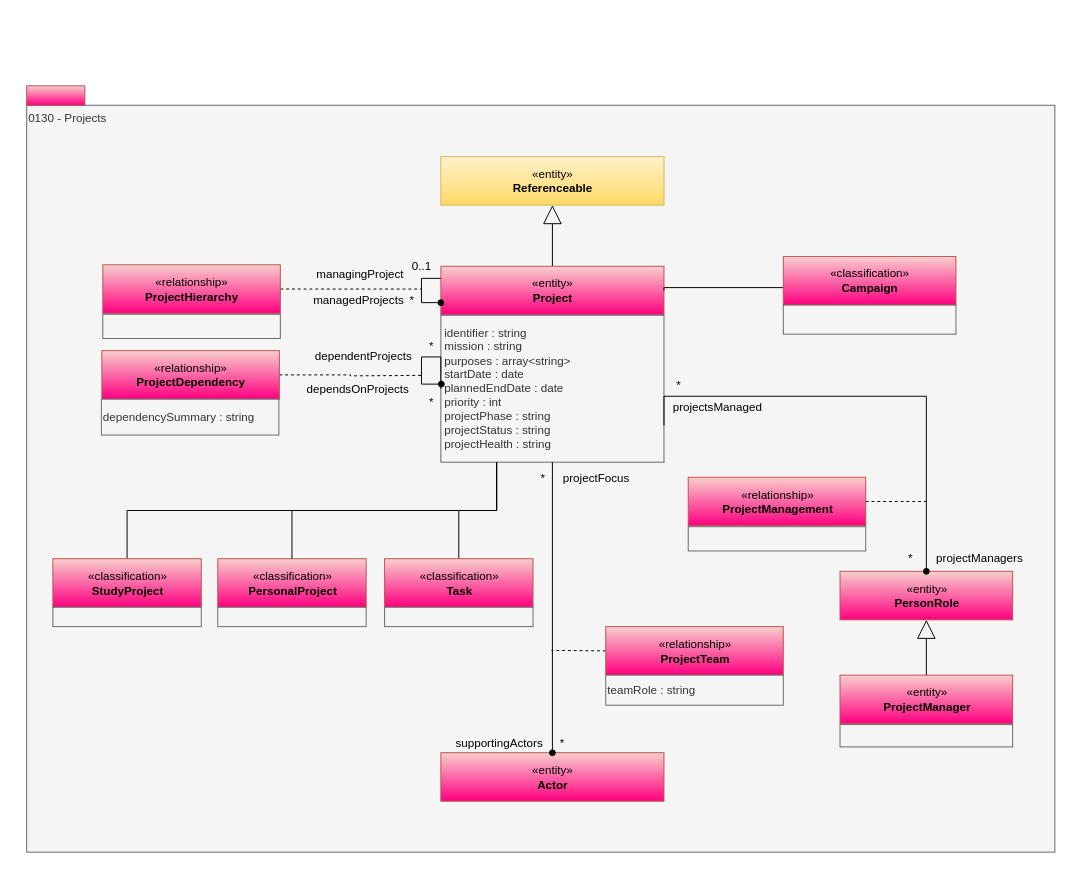
Above: page "0130-Projects" (11 of 16) of site/docs/types/1/area-1-collaboration.drawio in odpi/egeria-docs (draw.io), before the change. Source tidied: cells renumbered, new cells numbered last; positions are measured from the earlier drawing's top-left corner, leaving out a move shared by most shapes. Both pictures are drawn from the tidied source at 97%, with x=0, y=0 at pixel (26, 85).
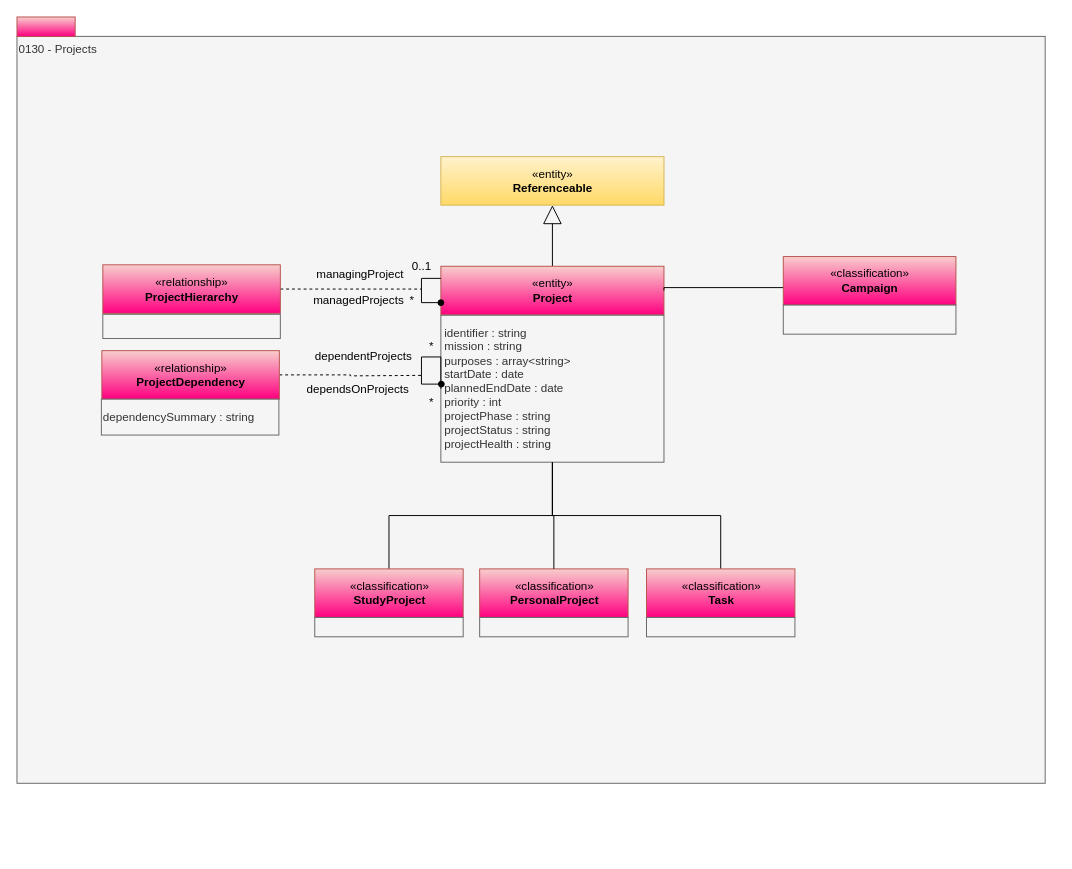
After the change.

Unchanged cells that the change refers to:
```xml
<mxCell id="8" value="identifier : string&lt;div&gt;mission : string&lt;/div&gt;&lt;div&gt;purposes : array&amp;lt;string&amp;gt;&lt;br&gt;startDate : date&lt;/div&gt;&lt;div&gt;plannedEndDate : date&lt;br&gt;&lt;div&gt;priority : int&lt;br&gt;&lt;div&gt;projectPhase : string&lt;br&gt;projectStatus : string&lt;div&gt;projectHealth : string&lt;/div&gt;&lt;/div&gt;&lt;/div&gt;&lt;/div&gt;" style="rounded=0;whiteSpace=wrap;html=1;align=left;spacingLeft=2;fillColor=#f5f5f5;fontColor=#333333;strokeColor=#666666;" parent="1" vertex="1">
  <mxGeometry x="427" y="236.5" width="230" height="151.5" as="geometry" />
</mxCell>
```

The edit, as a diff of the source:
```diff
@@
     <mxCell id="2" value="0130 - Projects" style="rounded=0;whiteSpace=wrap;html=1;align=left;verticalAlign=top;fillColor=#f5f5f5;fontColor=#333333;strokeColor=#666666;" parent="1" vertex="1">
-      <mxGeometry y="20" width="1060" height="770" as="geometry" />
+      <mxGeometry x="-10" y="-51" width="1060" height="770" as="geometry" />
     </mxCell>
@@
     <mxCell id="5" style="html=1;strokeColor=#b85450;align=center;fillColor=#f8cecc;gradientColor=#FF0080;" parent="1" vertex="1">
-      <mxGeometry width="60" height="20" as="geometry" />
+      <mxGeometry x="-10" y="-71" width="60" height="20" as="geometry" />
     </mxCell>
-    <mxCell id="6" style="edgeStyle=orthogonalEdgeStyle;rounded=0;html=1;exitX=0.25;exitY=1;entryX=0.5;entryY=0;endArrow=none;endFill=0;jettySize=auto;" parent="1" edge="1" source="8" target="9">
+    <mxCell id="6" style="edgeStyle=orthogonalEdgeStyle;rounded=0;html=1;exitX=0.5;exitY=1;entryX=0.5;entryY=0;endArrow=none;endFill=0;jettySize=auto;exitDx=0;exitDy=0;" parent="1" edge="1" source="8" target="9">
       <mxGeometry relative="1" as="geometry" />
     </mxCell>
@@
     <mxCell id="9" value="«classification»&lt;br&gt;&lt;b&gt;Task&lt;/b&gt;" style="html=1;strokeColor=#b85450;align=center;fillColor=#f8cecc;gradientColor=#FF0080;" parent="1" vertex="1">
-      <mxGeometry x="369" y="487.5" width="153" height="50" as="geometry" />
+      <mxGeometry x="639" y="498" width="153" height="50" as="geometry" />
     </mxCell>
     <mxCell id="10" style="rounded=0;whiteSpace=wrap;html=1;align=left;fillColor=#f5f5f5;fontColor=#333333;strokeColor=#666666;" parent="1" vertex="1">
-      <mxGeometry x="369" y="537.5" width="153" height="20" as="geometry" />
+      <mxGeometry x="639" y="548" width="153" height="20" as="geometry" />
     </mxCell>
@@
-    <mxCell id="30" value="«entity»&lt;br&gt;&lt;b&gt;Actor&lt;/b&gt;" style="html=1;strokeColor=#b85450;align=center;fillColor=#f8cecc;gradientColor=#FF0080;" parent="1" vertex="1">
-      <mxGeometry x="427" y="687.5" width="230" height="50" as="geometry" />
-    </mxCell>
-    <mxCell id="31" style="edgeStyle=orthogonalEdgeStyle;rounded=0;html=1;exitX=0;exitY=0.5;endArrow=none;endFill=0;jettySize=auto;dashed=1;exitDx=0;exitDy=0;" parent="1" edge="1" source="32">
-      <mxGeometry relative="1" as="geometry">
-        <mxPoint x="541" y="582" as="targetPoint" />
-      </mxGeometry>
-    </mxCell>
-    <mxCell id="32" value="«relationship»&lt;br&gt;&lt;b&gt;ProjectTeam&lt;/b&gt;" style="html=1;strokeColor=#b85450;align=center;fillColor=#f8cecc;gradientColor=#FF0080;" parent="1" vertex="1">
-      <mxGeometry x="597" y="557.5" width="183" height="50" as="geometry" />
-    </mxCell>
-    <mxCell id="33" value="teamRole : string" style="rounded=0;whiteSpace=wrap;html=1;strokeColor=#666666;align=left;fillColor=#f5f5f5;fontColor=#333333;" parent="1" vertex="1">
-      <mxGeometry x="597" y="607.5" width="183" height="31" as="geometry" />
-    </mxCell>
-    <mxCell id="34" value="*" style="text;html=1;align=center;verticalAlign=top;spacingTop=-4;" parent="1" vertex="1">
-      <mxGeometry x="522" y="395" width="20" height="20" as="geometry" />
-    </mxCell>
-    <mxCell id="35" value="*" style="text;html=1;align=center;verticalAlign=top;spacingTop=-4;" parent="1" vertex="1">
-      <mxGeometry x="542" y="667.5" width="20" height="20" as="geometry" />
-    </mxCell>
-    <mxCell id="36" value="projectFocus" style="text;html=1;align=center;verticalAlign=top;spacingTop=-4;" parent="1" vertex="1">
-      <mxGeometry x="547" y="395" width="80" height="20" as="geometry" />
-    </mxCell>
-    <mxCell id="37" value="supportingActors" style="text;html=1;align=center;verticalAlign=top;spacingTop=-4;" parent="1" vertex="1">
-      <mxGeometry x="432" y="667.5" width="110" height="20" as="geometry" />
-    </mxCell>
-    <mxCell id="38" value="projectsManaged" style="text;html=1;align=center;verticalAlign=top;spacingTop=-4;" parent="1" vertex="1">
-      <mxGeometry x="657" y="321.5" width="110" height="20" as="geometry" />
-    </mxCell>
-    <mxCell id="39" value="*" style="text;html=1;align=center;verticalAlign=top;spacingTop=-4;" parent="1" vertex="1">
-      <mxGeometry x="662" y="299" width="20" height="20" as="geometry" />
-    </mxCell>
-    <mxCell id="40" value="projectManagers" style="text;html=1;align=left;verticalAlign=top;spacingTop=-4;" parent="1" vertex="1">
-      <mxGeometry x="936" y="476.5" width="100" height="20" as="geometry" />
-    </mxCell>
-    <mxCell id="41" value="&lt;div style=&quot;text-align: center&quot;&gt;&lt;span&gt;*&lt;/span&gt;&lt;/div&gt;" style="text;html=1;align=center;verticalAlign=top;spacingTop=-4;" parent="1" vertex="1">
-      <mxGeometry x="901" y="476.5" width="20" height="20" as="geometry" />
-    </mxCell>
-    <mxCell id="42" style="edgeStyle=orthogonalEdgeStyle;rounded=0;html=1;exitX=1;exitY=0.5;endArrow=none;endFill=0;jettySize=auto;dashed=1;" parent="1" edge="1" source="43">
-      <mxGeometry relative="1" as="geometry">
-        <mxPoint x="928.5" y="428.5" as="targetPoint" />
-      </mxGeometry>
-    </mxCell>
-    <mxCell id="43" value="«relationship»&lt;br&gt;&lt;b&gt;ProjectManagement&lt;/b&gt;" style="html=1;strokeColor=#b85450;align=center;fillColor=#f8cecc;gradientColor=#FF0080;" parent="1" vertex="1">
-      <mxGeometry x="682" y="403.5" width="183" height="50" as="geometry" />
-    </mxCell>
-    <mxCell id="44" style="rounded=0;whiteSpace=wrap;html=1;strokeColor=#666666;align=left;fillColor=#f5f5f5;fontColor=#333333;" parent="1" vertex="1">
-      <mxGeometry x="682" y="454.5" width="183" height="25" as="geometry" />
-    </mxCell>
-    <mxCell id="45" value="«entity»&lt;br&gt;&lt;b&gt;ProjectManager&lt;/b&gt;" style="html=1;strokeColor=#b85450;align=center;fillColor=#f8cecc;gradientColor=#FF0080;" parent="1" vertex="1">
-      <mxGeometry x="838.5" y="607.5" width="178" height="50" as="geometry" />
-    </mxCell>
-    <mxCell id="46" style="rounded=0;whiteSpace=wrap;html=1;align=left;fillColor=#f5f5f5;fontColor=#333333;strokeColor=#666666;" parent="1" vertex="1">
-      <mxGeometry x="838.5" y="658.5" width="178" height="23" as="geometry" />
-    </mxCell>
-    <mxCell id="47" value="«entity»&lt;br&gt;&lt;b&gt;PersonRole&lt;/b&gt;" style="html=1;strokeColor=#b85450;align=center;fillColor=#f8cecc;gradientColor=#FF0080;" parent="1" vertex="1">
-      <mxGeometry x="838.5" y="500.5" width="178" height="50" as="geometry" />
-    </mxCell>
-    <mxCell id="48" style="edgeStyle=orthogonalEdgeStyle;rounded=0;html=1;exitX=1;exitY=0.75;endArrow=oval;endFill=1;jettySize=auto;entryX=0.5;entryY=0;entryDx=0;entryDy=0;" parent="1" edge="1" source="8" target="47">
-      <mxGeometry relative="1" as="geometry">
-        <Array as="points">
-          <mxPoint x="928" y="320" />
-        </Array>
-      </mxGeometry>
-    </mxCell>
-    <mxCell id="49" style="edgeStyle=orthogonalEdgeStyle;rounded=0;html=1;exitX=0.5;exitY=1;endArrow=oval;endFill=1;jettySize=auto;" parent="1" edge="1" source="8" target="30">
-      <mxGeometry relative="1" as="geometry" />
-    </mxCell>
-    <mxCell id="50" style="edgeStyle=orthogonalEdgeStyle;rounded=0;jettySize=auto;html=1;exitX=0.5;exitY=0;exitDx=0;exitDy=0;startArrow=none;startFill=0;endArrow=block;endFill=0;endSize=17;" parent="1" edge="1" source="45" target="47">
-      <mxGeometry relative="1" as="geometry" />
-    </mxCell>
     <mxCell id="51" value="«classification»&lt;br&gt;&lt;b&gt;PersonalProject&lt;/b&gt;" style="html=1;strokeColor=#b85450;align=center;fillColor=#f8cecc;gradientColor=#FF0080;" parent="1" vertex="1">
-      <mxGeometry x="197" y="487.5" width="153" height="50" as="geometry" />
+      <mxGeometry x="467" y="498" width="153" height="50" as="geometry" />
     </mxCell>
-    <mxCell id="52" style="edgeStyle=orthogonalEdgeStyle;rounded=0;html=1;exitX=0.25;exitY=1;entryX=0.5;entryY=0;endArrow=none;endFill=0;jettySize=auto;exitDx=0;exitDy=0;entryDx=0;entryDy=0;" parent="1" edge="1" source="8" target="51">
+    <mxCell id="52" style="edgeStyle=orthogonalEdgeStyle;rounded=0;html=1;exitX=0.5;exitY=1;entryX=0.5;entryY=0;endArrow=none;endFill=0;jettySize=auto;exitDx=0;exitDy=0;entryDx=0;entryDy=0;" parent="1" edge="1" source="8" target="51">
       <mxGeometry relative="1" as="geometry" />
     </mxCell>
-    <mxCell id="53" style="edgeStyle=orthogonalEdgeStyle;rounded=0;html=1;exitX=0.25;exitY=1;entryX=0.5;entryY=0;endArrow=none;endFill=0;jettySize=auto;exitDx=0;exitDy=0;" parent="1" edge="1" source="8" target="54">
+    <mxCell id="53" style="edgeStyle=orthogonalEdgeStyle;rounded=0;html=1;exitX=0.5;exitY=1;entryX=0.5;entryY=0;endArrow=none;endFill=0;jettySize=auto;exitDx=0;exitDy=0;" parent="1" edge="1" source="8" target="54">
       <mxGeometry relative="1" as="geometry" />
     </mxCell>
     <mxCell id="54" value="«classification»&lt;br&gt;&lt;b&gt;StudyProject&lt;/b&gt;" style="html=1;strokeColor=#b85450;align=center;fillColor=#f8cecc;gradientColor=#FF0080;" parent="1" vertex="1">
-      <mxGeometry x="27" y="487.5" width="153" height="50" as="geometry" />
+      <mxGeometry x="297" y="498" width="153" height="50" as="geometry" />
     </mxCell>
     <mxCell id="55" style="rounded=0;whiteSpace=wrap;html=1;align=left;fillColor=#f5f5f5;fontColor=#333333;strokeColor=#666666;" parent="1" vertex="1">
-      <mxGeometry x="27" y="537.5" width="153" height="20" as="geometry" />
+      <mxGeometry x="297" y="548" width="153" height="20" as="geometry" />
     </mxCell>
     <mxCell id="56" style="rounded=0;whiteSpace=wrap;html=1;align=left;fillColor=#f5f5f5;fontColor=#333333;strokeColor=#666666;" parent="1" vertex="1">
-      <mxGeometry x="197" y="537.5" width="153" height="20" as="geometry" />
+      <mxGeometry x="467" y="548" width="153" height="20" as="geometry" />
     </mxCell>
```
